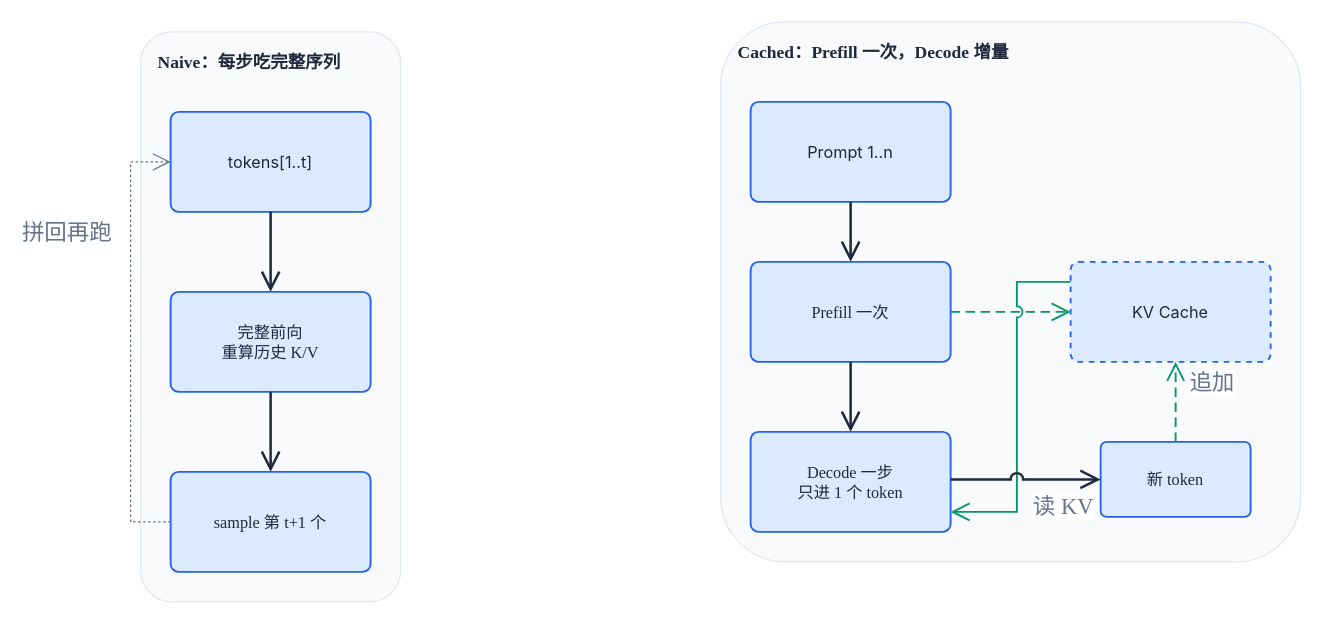
Earlier version of the draw.io diagram diagrams/llm-inference-01/fig3-naive-vs-cached.drawio (xiangel/xiangel.github.io). Source tidied: cells renumbered, new cells numbered last; positions are measured from the earlier drawing's top-left corner, leaving out a move shared by most shapes. Both pictures are drawn from the tidied source at 125%, with x=0, y=0 at pixel (130, 21).
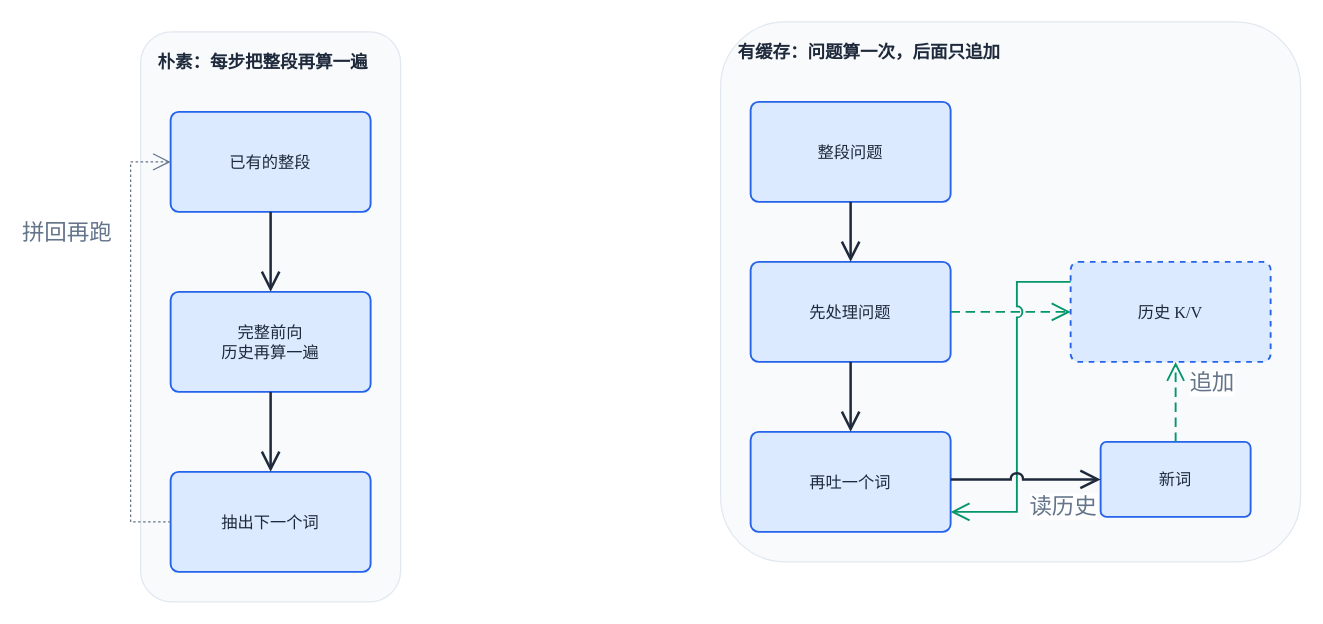
The same diagram, later.

Unchanged cells that the change refers to:
```xml
<mxCell id="19" style="edgeStyle=orthogonalEdgeStyle;rounded=0;jettySize=auto;html=1;strokeColor=#059669;strokeWidth=1.5;endArrow=open;endFill=0;endSize=12;exitX=0;exitY=0.2;exitDx=0;exitDy=0;entryX=1;entryY=0.8;entryDx=0;entryDy=0;jumpStyle=arc;jumpSize=8;" parent="1" edge="1" source="9" target="10">
  <mxGeometry relative="1" as="geometry" />
</mxCell>
```

The edit, as a diff of the source:
```diff
@@
-    <mxCell id="2" value="Naive：每步吃完整序列" style="rounded=1;arcSize=12;html=1;whiteSpace=wrap;fillColor=#F8FAFC;strokeColor=#E2E8F0;strokeWidth=1;fontColor=#1E293B;fontSize=14;fontFamily=Times New Roman,SimSun;fontStyle=1;verticalAlign=top;align=left;spacingLeft=12;spacingTop=10;" parent="1" vertex="1">
+    <mxCell id="2" value="朴素：每步把整段再算一遍" style="rounded=1;arcSize=12;html=1;whiteSpace=wrap;fillColor=#F8FAFC;strokeColor=#E2E8F0;strokeWidth=1;fontColor=#1E293B;fontSize=14;fontFamily=Times New Roman,SimSun;fontStyle=1;verticalAlign=top;align=left;spacingLeft=12;spacingTop=10;" parent="1" vertex="1">
       <mxGeometry x="8" y="8" width="208" height="456" as="geometry" />
     </mxCell>
-    <mxCell id="3" value="Cached：Prefill 一次，Decode 增量" style="rounded=1;arcSize=12;html=1;whiteSpace=wrap;fillColor=#F8FAFC;strokeColor=#E2E8F0;strokeWidth=1;fontColor=#1E293B;fontSize=14;fontFamily=Times New Roman,SimSun;fontStyle=1;verticalAlign=top;align=left;spacingLeft=12;spacingTop=10;" parent="1" vertex="1">
+    <mxCell id="3" value="有缓存：问题算一次，后面只追加" style="rounded=1;arcSize=12;html=1;whiteSpace=wrap;fillColor=#F8FAFC;strokeColor=#E2E8F0;strokeWidth=1;fontColor=#1E293B;fontSize=14;fontFamily=Times New Roman,SimSun;fontStyle=1;verticalAlign=top;align=left;spacingLeft=12;spacingTop=10;" parent="1" vertex="1">
       <mxGeometry x="472" width="464" height="432" as="geometry" />
     </mxCell>
-    <mxCell id="4" value="tokens[1..t]" style="rounded=1;arcSize=8;html=1;whiteSpace=wrap;fillColor=#DBEAFE;strokeColor=#2563EB;strokeWidth=1.5;fontColor=#1E293B;fontSize=13;fontFamily=Inter, Roboto, system-ui, -apple-system, sans-serif;verticalAlign=middle;align=center;" parent="2" vertex="1">
+    <mxCell id="4" value="已有的整段" style="rounded=1;arcSize=8;html=1;whiteSpace=wrap;fillColor=#DBEAFE;strokeColor=#2563EB;strokeWidth=1.5;fontColor=#1E293B;fontSize=13;fontFamily=Times New Roman,SimSun;verticalAlign=middle;align=center;" parent="2" vertex="1">
       <mxGeometry x="24" y="64" width="160" height="80" as="geometry" />
     </mxCell>
-    <mxCell id="5" value="完整前向&lt;br&gt;重算历史 K/V" style="rounded=1;arcSize=8;html=1;whiteSpace=wrap;fillColor=#DBEAFE;strokeColor=#2563EB;strokeWidth=1.5;fontColor=#1E293B;fontSize=13;fontFamily=Times New Roman,SimSun;verticalAlign=middle;align=center;" parent="2" vertex="1">
+    <mxCell id="5" value="完整前向&lt;br&gt;历史再算一遍" style="rounded=1;arcSize=8;html=1;whiteSpace=wrap;fillColor=#DBEAFE;strokeColor=#2563EB;strokeWidth=1.5;fontColor=#1E293B;fontSize=13;fontFamily=Times New Roman,SimSun;verticalAlign=middle;align=center;" parent="2" vertex="1">
       <mxGeometry x="24" y="208" width="160" height="80" as="geometry" />
     </mxCell>
-    <mxCell id="6" value="sample 第 t+1 个" style="rounded=1;arcSize=8;html=1;whiteSpace=wrap;fillColor=#DBEAFE;strokeColor=#2563EB;strokeWidth=1.5;fontColor=#1E293B;fontSize=13;fontFamily=Times New Roman,SimSun;verticalAlign=middle;align=center;" parent="2" vertex="1">
+    <mxCell id="6" value="抽出下一个词" style="rounded=1;arcSize=8;html=1;whiteSpace=wrap;fillColor=#DBEAFE;strokeColor=#2563EB;strokeWidth=1.5;fontColor=#1E293B;fontSize=13;fontFamily=Times New Roman,SimSun;verticalAlign=middle;align=center;" parent="2" vertex="1">
       <mxGeometry x="24" y="352" width="160" height="80" as="geometry" />
     </mxCell>
-    <mxCell id="7" value="Prompt 1..n" style="rounded=1;arcSize=8;html=1;whiteSpace=wrap;fillColor=#DBEAFE;strokeColor=#2563EB;strokeWidth=1.5;fontColor=#1E293B;fontSize=13;fontFamily=Inter, Roboto, system-ui, -apple-system, sans-serif;verticalAlign=middle;align=center;" parent="3" vertex="1">
+    <mxCell id="7" value="整段问题" style="rounded=1;arcSize=8;html=1;whiteSpace=wrap;fillColor=#DBEAFE;strokeColor=#2563EB;strokeWidth=1.5;fontColor=#1E293B;fontSize=13;fontFamily=Times New Roman,SimSun;verticalAlign=middle;align=center;" parent="3" vertex="1">
       <mxGeometry x="24" y="64" width="160" height="80" as="geometry" />
     </mxCell>
-    <mxCell id="8" value="Prefill 一次" style="rounded=1;arcSize=8;html=1;whiteSpace=wrap;fillColor=#DBEAFE;strokeColor=#2563EB;strokeWidth=1.5;fontColor=#1E293B;fontSize=13;fontFamily=Times New Roman,SimSun;verticalAlign=middle;align=center;" parent="3" vertex="1">
+    <mxCell id="8" value="先处理问题" style="rounded=1;arcSize=8;html=1;whiteSpace=wrap;fillColor=#DBEAFE;strokeColor=#2563EB;strokeWidth=1.5;fontColor=#1E293B;fontSize=13;fontFamily=Times New Roman,SimSun;verticalAlign=middle;align=center;" parent="3" vertex="1">
       <mxGeometry x="24" y="192" width="160" height="80" as="geometry" />
     </mxCell>
-    <mxCell id="9" value="KV Cache" style="rounded=1;arcSize=8;dashed=1;html=1;whiteSpace=wrap;fillColor=#DBEAFE;strokeColor=#2563EB;strokeWidth=1.5;fontColor=#1E293B;fontSize=13;fontFamily=Inter, Roboto, system-ui, -apple-system, sans-serif;verticalAlign=middle;align=center;" parent="3" vertex="1">
+    <mxCell id="9" value="历史 K/V" style="rounded=1;arcSize=8;dashed=1;html=1;whiteSpace=wrap;fillColor=#DBEAFE;strokeColor=#2563EB;strokeWidth=1.5;fontColor=#1E293B;fontSize=13;fontFamily=Times New Roman,SimSun;verticalAlign=middle;align=center;" parent="3" vertex="1">
       <mxGeometry x="280" y="192" width="160" height="80" as="geometry" />
     </mxCell>
-    <mxCell id="10" value="Decode 一步&lt;br&gt;只进 1 个 token" style="rounded=1;arcSize=8;html=1;whiteSpace=wrap;fillColor=#DBEAFE;strokeColor=#2563EB;strokeWidth=1.5;fontColor=#1E293B;fontSize=13;fontFamily=Times New Roman,SimSun;verticalAlign=middle;align=center;" parent="3" vertex="1">
+    <mxCell id="10" value="再吐一个词" style="rounded=1;arcSize=8;html=1;whiteSpace=wrap;fillColor=#DBEAFE;strokeColor=#2563EB;strokeWidth=1.5;fontColor=#1E293B;fontSize=13;fontFamily=Times New Roman,SimSun;verticalAlign=middle;align=center;" parent="3" vertex="1">
       <mxGeometry x="24" y="328" width="160" height="80" as="geometry" />
     </mxCell>
-    <mxCell id="11" value="新 token" style="rounded=1;arcSize=8;html=1;whiteSpace=wrap;fillColor=#DBEAFE;strokeColor=#2563EB;strokeWidth=1.5;fontColor=#1E293B;fontSize=13;fontFamily=Times New Roman,SimSun;verticalAlign=middle;align=center;" parent="3" vertex="1">
+    <mxCell id="11" value="新词" style="rounded=1;arcSize=8;html=1;whiteSpace=wrap;fillColor=#DBEAFE;strokeColor=#2563EB;strokeWidth=1.5;fontColor=#1E293B;fontSize=13;fontFamily=Times New Roman,SimSun;verticalAlign=middle;align=center;" parent="3" vertex="1">
       <mxGeometry x="304" y="336" width="120" height="60" as="geometry" />
     </mxCell>
@@
-    <mxCell id="20" value="读 KV" style="edgeLabel;html=1;align=center;verticalAlign=middle;fontSize=18;fontColor=#64748B;fontFamily=Times New Roman,SimSun;" parent="19" vertex="1">
+    <mxCell id="20" value="读历史" style="edgeLabel;html=1;align=center;verticalAlign=middle;fontSize=18;fontColor=#64748B;fontFamily=Times New Roman,SimSun;" parent="19" vertex="1">
       <mxGeometry x="0.5" relative="1" as="geometry">
         <mxPoint x="36" y="12" as="offset" />
       </mxGeometry>
     </mxCell>
```
